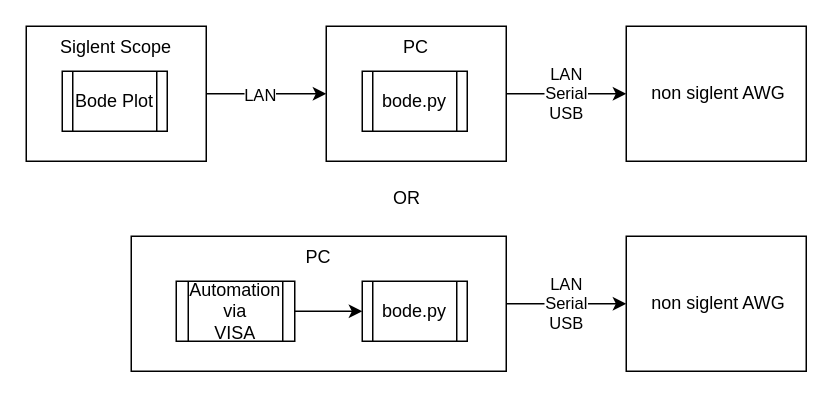
This is img/img.drawio from hb020/sds1004x_bode, a draw.io file, before an edit. Source tidied: cells renumbered, new cells numbered last; positions are measured from the earlier drawing's top-left corner, leaving out a move shared by most shapes. Both pictures are drawn from the tidied source at 150%, with x=0, y=0 at pixel (26, 26).
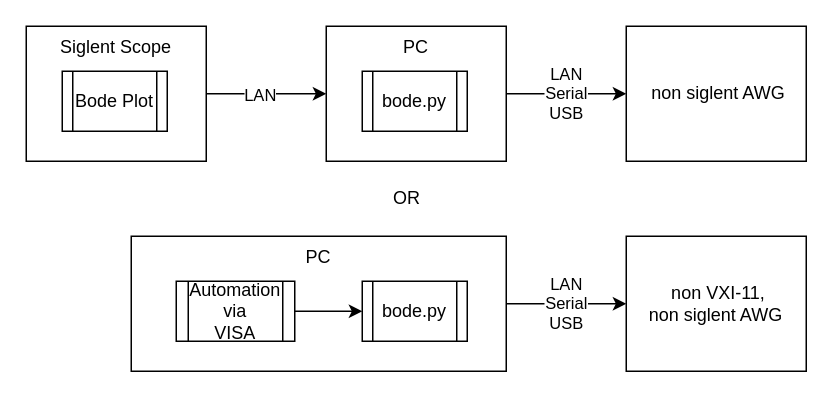
Above is the later version.

Diff of the diagram source:
```diff
@@
 <mxGraphModel>
   <root>
     <mxCell id="0" />
     <mxCell id="1" parent="0" />
     <mxCell id="2" style="edgeStyle=orthogonalEdgeStyle;rounded=0;jettySize=auto;html=1;" parent="1" edge="1" source="4" target="6">
       <mxGeometry relative="1" as="geometry" />
     </mxCell>
     <mxCell id="3" value="LAN" style="edgeLabel;html=1;align=center;verticalAlign=middle;" parent="2" vertex="1">
       <mxGeometry x="-0.12" relative="1" as="geometry" />
     </mxCell>
     <mxCell id="4" value="Siglent Scope" style="rounded=0;whiteSpace=wrap;html=1;verticalAlign=top;align=center;" parent="1" vertex="1">
       <mxGeometry width="120" height="90" as="geometry" />
     </mxCell>
     <mxCell id="5" value="LAN&lt;div&gt;Serial&lt;/div&gt;&lt;div&gt;USB&lt;/div&gt;" style="edgeStyle=orthogonalEdgeStyle;rounded=0;jettySize=auto;html=1;" parent="1" edge="1" source="6" target="7">
       <mxGeometry relative="1" as="geometry" />
     </mxCell>
     <mxCell id="6" value="PC" style="rounded=0;whiteSpace=wrap;html=1;verticalAlign=top;align=center;" parent="1" vertex="1">
       <mxGeometry x="200" width="120" height="90" as="geometry" />
     </mxCell>
     <mxCell id="7" value="&amp;nbsp;non siglent AWG" style="rounded=0;whiteSpace=wrap;html=1;verticalAlign=middle;" parent="1" vertex="1">
       <mxGeometry x="400" width="120" height="90" as="geometry" />
     </mxCell>
     <mxCell id="8" value="LAN&lt;div&gt;Serial&lt;/div&gt;&lt;div&gt;USB&lt;/div&gt;" style="edgeStyle=orthogonalEdgeStyle;rounded=0;jettySize=auto;html=1;" parent="1" edge="1" source="9" target="10">
       <mxGeometry relative="1" as="geometry" />
     </mxCell>
     <mxCell id="9" value="PC" style="rounded=0;whiteSpace=wrap;html=1;verticalAlign=top;align=center;" parent="1" vertex="1">
       <mxGeometry x="70" y="140" width="250" height="90" as="geometry" />
     </mxCell>
-    <mxCell id="10" value="&amp;nbsp;non siglent AWG" style="rounded=0;whiteSpace=wrap;html=1;verticalAlign=middle;" parent="1" vertex="1">
+    <mxCell id="10" value="&amp;nbsp;non VXI-11,&lt;br&gt;non siglent AWG" style="rounded=0;whiteSpace=wrap;html=1;verticalAlign=middle;" parent="1" vertex="1">
       <mxGeometry x="400" y="140" width="120" height="90" as="geometry" />
     </mxCell>
     <mxCell id="11" style="edgeStyle=orthogonalEdgeStyle;rounded=0;jettySize=auto;html=1;" parent="1" edge="1" source="12" target="13">
       <mxGeometry relative="1" as="geometry" />
     </mxCell>
     <mxCell id="12" value="Automation&lt;div&gt;via&lt;/div&gt;&lt;div&gt;VISA&lt;/div&gt;" style="shape=process;whiteSpace=wrap;html=1;backgroundOutline=1;" parent="1" vertex="1">
       <mxGeometry x="100" y="170" width="79" height="40" as="geometry" />
     </mxCell>
     <mxCell id="13" value="bode.py" style="shape=process;whiteSpace=wrap;html=1;backgroundOutline=1;" parent="1" vertex="1">
       <mxGeometry x="224" y="170" width="70" height="40" as="geometry" />
     </mxCell>
     <mxCell id="14" value="bode.py" style="shape=process;whiteSpace=wrap;html=1;backgroundOutline=1;" parent="1" vertex="1">
       <mxGeometry x="224" y="30" width="70" height="40" as="geometry" />
     </mxCell>
     <mxCell id="15" value="Bode Plot" style="shape=process;whiteSpace=wrap;html=1;backgroundOutline=1;" parent="1" vertex="1">
       <mxGeometry x="24" y="30" width="70" height="40" as="geometry" />
     </mxCell>
     <mxCell id="16" value="OR" style="text;html=1;align=center;verticalAlign=middle;whiteSpace=wrap;rounded=0;" parent="1" vertex="1">
       <mxGeometry x="224" y="100" width="60" height="30" as="geometry" />
     </mxCell>
   </root>
 </mxGraphModel>
```
